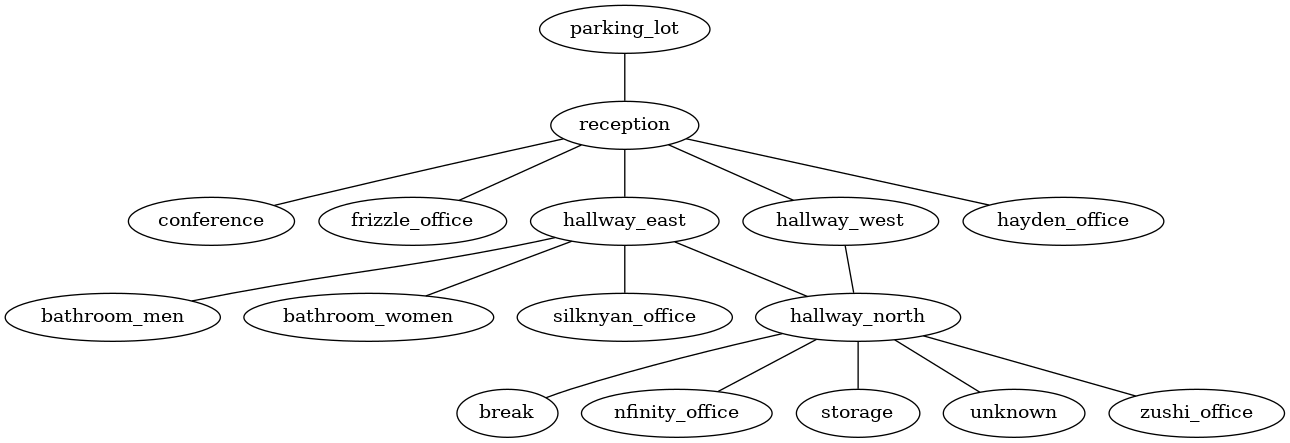
This is deploy/offices/awnam.png from austinpray/ofisu, a Graphviz export, as it was before one commit. Its source is kept beside it as deploy/offices/awnam.dot.
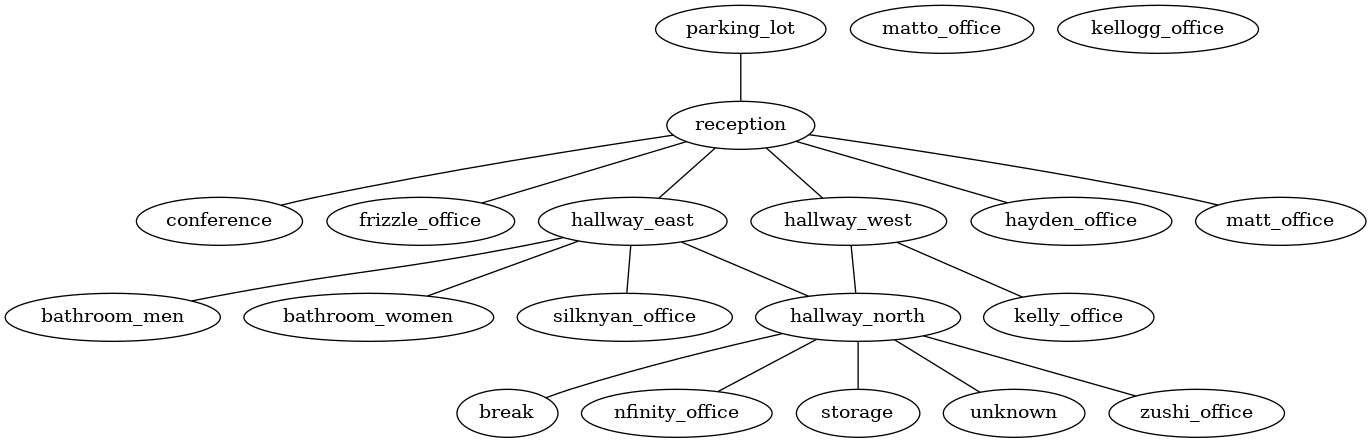
The same diagram one commit later.

Diff of the diagram source:
```diff
@@ -18,11 +18,15 @@
     conference
 
     # empty_a
-    # empty_b
+    # name: Matto's Office
+    matto_office
     # empty_d
     # empty_e
     # empty_f
-    # empty_g
+
+    # name: Kellogg's Office
+    kellogg_office
+
     # empty_n
 
     # name: Frizzle's Office
@@ -68,7 +72,7 @@
     hallway_east -- hallway_north
 
     # reception -- empty_a
-    # reception -- empty_b
+    reception -- matt_office
     reception -- hayden_office
     reception -- conference
     # reception -- empty_n
@@ -77,7 +81,7 @@
     # hallway_west -- empty_d
     # hallway_west -- empty_e
     # hallway_west -- empty_f
-    # hallway_west -- empty_g
+    hallway_west -- kelly_office
 
     hallway_north -- nfinity_office
     hallway_north -- storage
```
